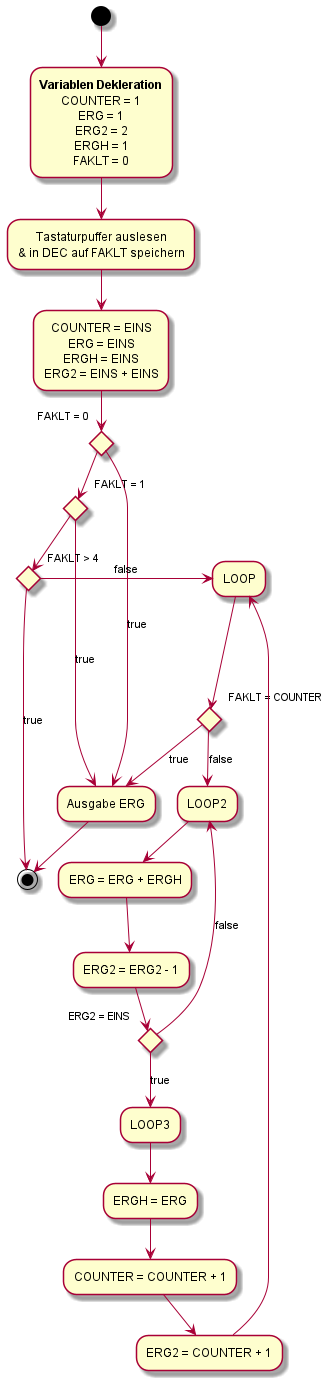
This is Protokoll/Aktivitätsdiagramm.png from duha887b/MRT1_Assambler, a PlantUML export, as it was before one commit.
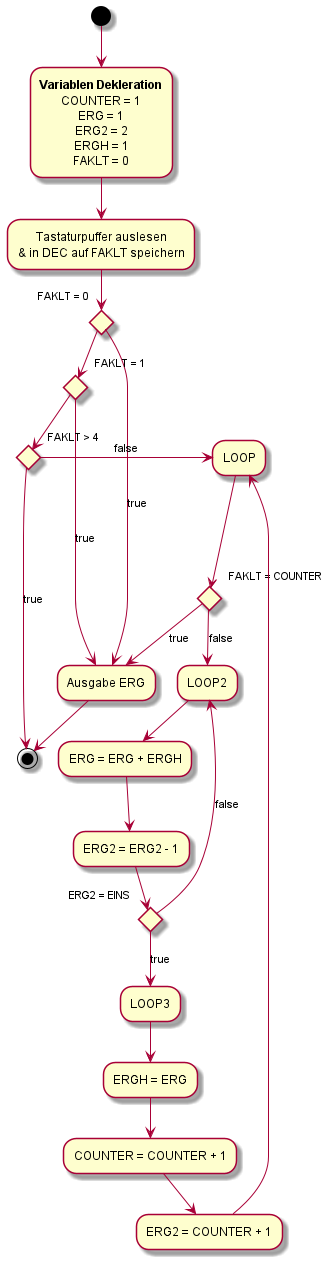
The same file after the commit.

What changed in the source:
```diff
@@ -11,11 +11,6 @@
 
 -->"Tastaturpuffer auslesen
     & in DEC auf FAKLT speichern"
-
--->"COUNTER = EINS
-ERG = EINS
-ERGH = EINS
-ERG2 = EINS + EINS"
 
 if "FAKLT = 0" then
 --> [true]"Ausgabe ERG"
```
